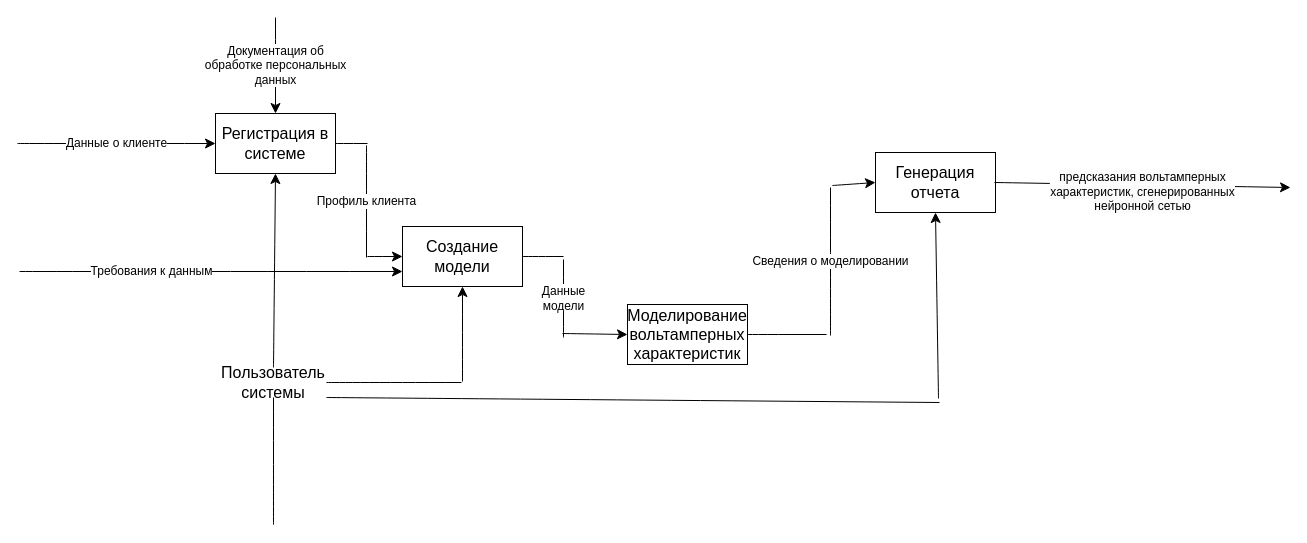
Earlier version of the draw.io diagram Lab4.drawio (DiKachura/tppo). Source tidied: cells renumbered, new cells numbered last; positions are measured from the earlier drawing's top-left corner, leaving out a move shared by most shapes. Both pictures are drawn from the tidied source at 100%, with x=0, y=0 at pixel (17, 17).
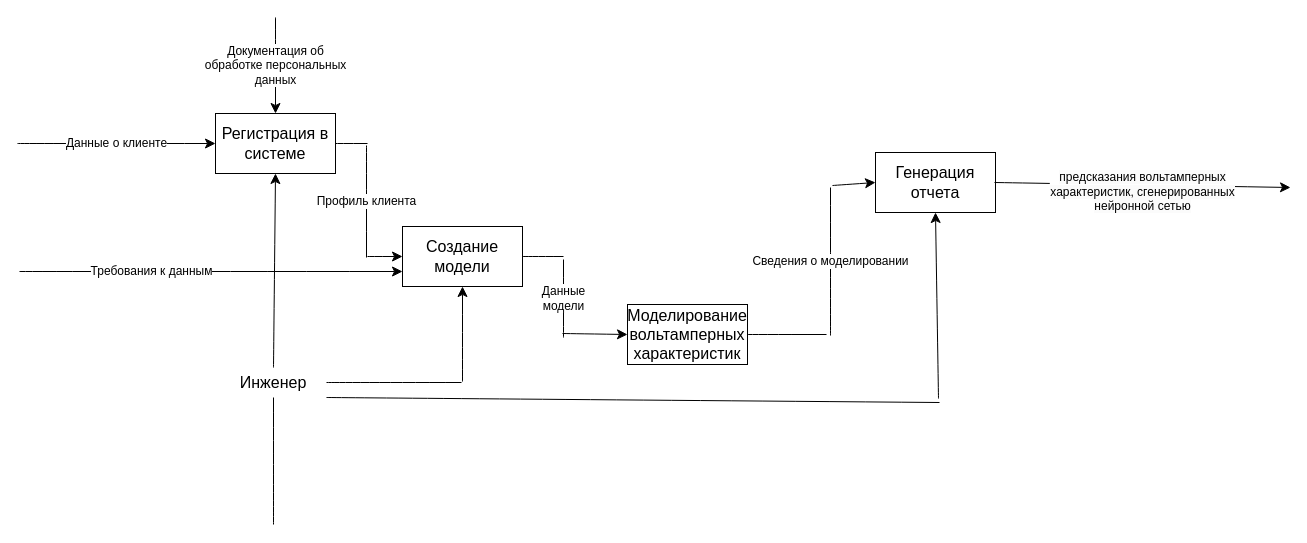
The same page after the edit.

Commit message:
Пользователь системы поменяли на инженера.drawio

Change to the diagram source:
```diff
@@
-    <mxCell id="13" value="Пользователь системы" style="text;html=1;strokeColor=none;fillColor=none;align=center;verticalAlign=middle;whiteSpace=wrap;rounded=0;fontSize=16;" parent="1" vertex="1">
+    <mxCell id="13" value="Инженер" style="text;html=1;strokeColor=none;fillColor=none;align=center;verticalAlign=middle;whiteSpace=wrap;rounded=0;fontSize=16;" parent="1" vertex="1">
       <mxGeometry x="203" y="350" width="106" height="30" as="geometry" />
     </mxCell>
```
